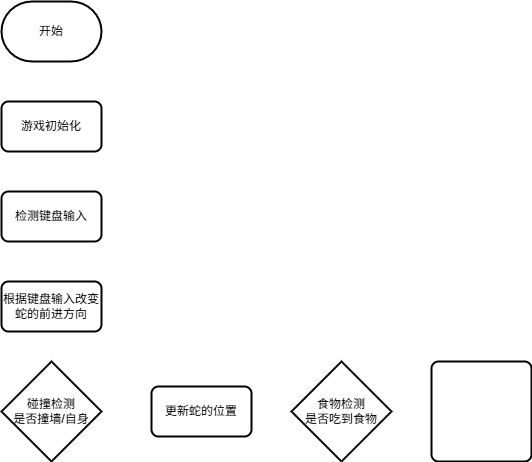
This is game_total.png from maple-m117/bysj_etc., a draw.io export, as it was before one commit. Source tidied: cells renumbered, new cells last; positions are measured from the earlier drawing's top-left corner, leaving out a move shared by most shapes.
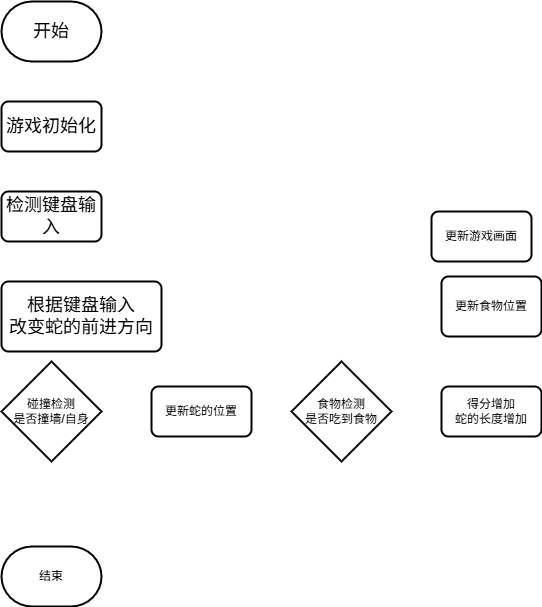
Later version of the same file.

What changed in the source:
```diff
@@ -2,17 +2,17 @@
   <root>
     <mxCell id="0" />
     <mxCell id="1" parent="0" />
-    <mxCell id="2" value="开始" style="strokeWidth=2;html=1;shape=mxgraph.flowchart.terminator;whiteSpace=wrap;" parent="1" vertex="1">
+    <mxCell id="2" value="&lt;font style=&quot;font-size: 18px;&quot;&gt;开始&lt;/font&gt;" style="strokeWidth=2;html=1;shape=mxgraph.flowchart.terminator;whiteSpace=wrap;" parent="1" vertex="1">
       <mxGeometry width="100" height="60" as="geometry" />
     </mxCell>
-    <mxCell id="3" value="游戏初始化" style="rounded=1;whiteSpace=wrap;html=1;absoluteArcSize=1;arcSize=14;strokeWidth=2;" parent="1" vertex="1">
+    <mxCell id="3" value="&lt;font style=&quot;font-size: 18px;&quot;&gt;游戏初始化&lt;/font&gt;" style="rounded=1;whiteSpace=wrap;html=1;absoluteArcSize=1;arcSize=14;strokeWidth=2;" parent="1" vertex="1">
       <mxGeometry y="100" width="100" height="50" as="geometry" />
     </mxCell>
-    <mxCell id="4" value="检测键盘输入" style="rounded=1;whiteSpace=wrap;html=1;absoluteArcSize=1;arcSize=14;strokeWidth=2;" parent="1" vertex="1">
+    <mxCell id="4" value="&lt;font style=&quot;font-size: 18px;&quot;&gt;检测键盘输入&lt;/font&gt;" style="rounded=1;whiteSpace=wrap;html=1;absoluteArcSize=1;arcSize=14;strokeWidth=2;" parent="1" vertex="1">
       <mxGeometry y="190" width="100" height="50" as="geometry" />
     </mxCell>
-    <mxCell id="5" value="根据键盘输入改变蛇的前进方向" style="rounded=1;whiteSpace=wrap;html=1;absoluteArcSize=1;arcSize=14;strokeWidth=2;" parent="1" vertex="1">
-      <mxGeometry y="280" width="100" height="50" as="geometry" />
+    <mxCell id="5" value="&lt;font style=&quot;font-size: 18px;&quot;&gt;根据键盘输入&lt;/font&gt;&lt;div&gt;&lt;font style=&quot;font-size: 18px;&quot;&gt;改变蛇的前进方向&lt;/font&gt;&lt;/div&gt;" style="rounded=1;whiteSpace=wrap;html=1;absoluteArcSize=1;arcSize=14;strokeWidth=2;" parent="1" vertex="1">
+      <mxGeometry y="280" width="160" height="70" as="geometry" />
     </mxCell>
     <mxCell id="6" value="更新蛇的位置" style="rounded=1;whiteSpace=wrap;html=1;absoluteArcSize=1;arcSize=14;strokeWidth=2;" parent="1" vertex="1">
       <mxGeometry x="150" y="385" width="100" height="50" as="geometry" />
@@ -23,8 +23,17 @@
     <mxCell id="8" value="食物检测&lt;div&gt;是否吃到食物&lt;/div&gt;" style="strokeWidth=2;html=1;shape=mxgraph.flowchart.decision;whiteSpace=wrap;" parent="1" vertex="1">
       <mxGeometry x="290" y="360" width="100" height="100" as="geometry" />
     </mxCell>
-    <mxCell id="9" style="rounded=1;whiteSpace=wrap;html=1;absoluteArcSize=1;arcSize=14;strokeWidth=2;" parent="1" vertex="1">
-      <mxGeometry x="430" y="360" width="100" height="100" as="geometry" />
+    <mxCell id="9" value="得分增加&lt;div&gt;蛇的长度增加&lt;/div&gt;" style="rounded=1;whiteSpace=wrap;html=1;absoluteArcSize=1;arcSize=14;strokeWidth=2;" parent="1" vertex="1">
+      <mxGeometry x="440" y="385" width="100" height="50" as="geometry" />
     </mxCell>
+    <mxCell id="10" value="更新食物位置" style="rounded=1;whiteSpace=wrap;html=1;absoluteArcSize=1;arcSize=14;strokeWidth=2;" parent="1" vertex="1">
+      <mxGeometry x="440" y="275" width="100" height="60" as="geometry" />
+    </mxCell>
+    <mxCell id="11" value="更新游戏画面" style="rounded=1;whiteSpace=wrap;html=1;absoluteArcSize=1;arcSize=14;strokeWidth=2;" parent="1" vertex="1">
+      <mxGeometry x="430" y="210" width="100" height="50" as="geometry" />
+    </mxCell>
+    <mxCell id="12" value="结束" style="strokeWidth=2;html=1;shape=mxgraph.flowchart.terminator;whiteSpace=wrap;" parent="1" vertex="1">
+      <mxGeometry y="545" width="100" height="60" as="geometry" />
+    </mxCell>
   </root>
 </mxGraphModel>
```
